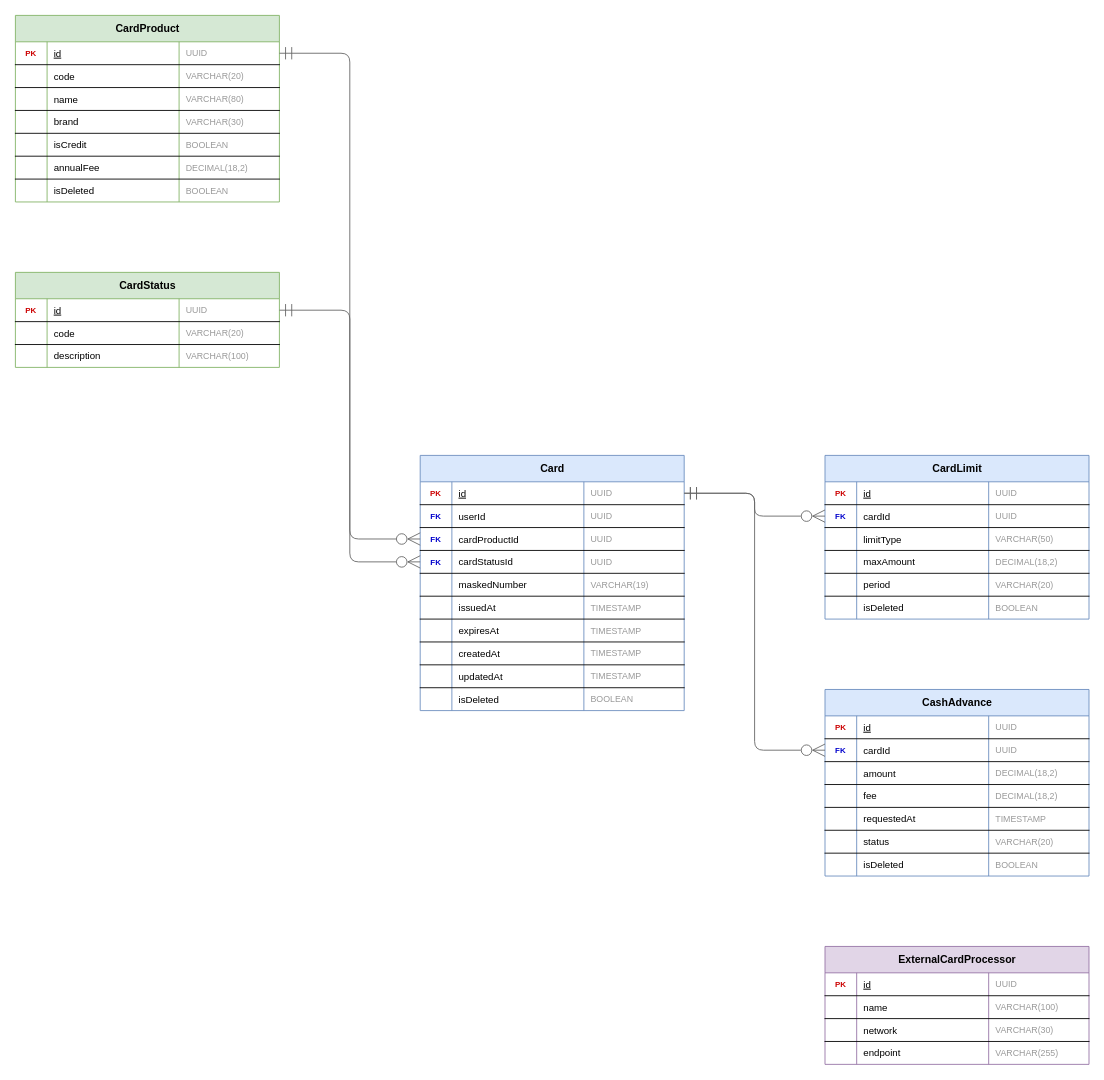
The draw.io diagram docs/diagrams/er/tarjetas_er.drawio in javer-ia-nos/documentacion, before the edit. Source tidied: cells renumbered, new cells numbered last; positions are measured from the earlier drawing's top-left corner, leaving out a move shared by most shapes. Both pictures are drawn from the tidied source at 88%, with x=0, y=0 at pixel (15, 15).
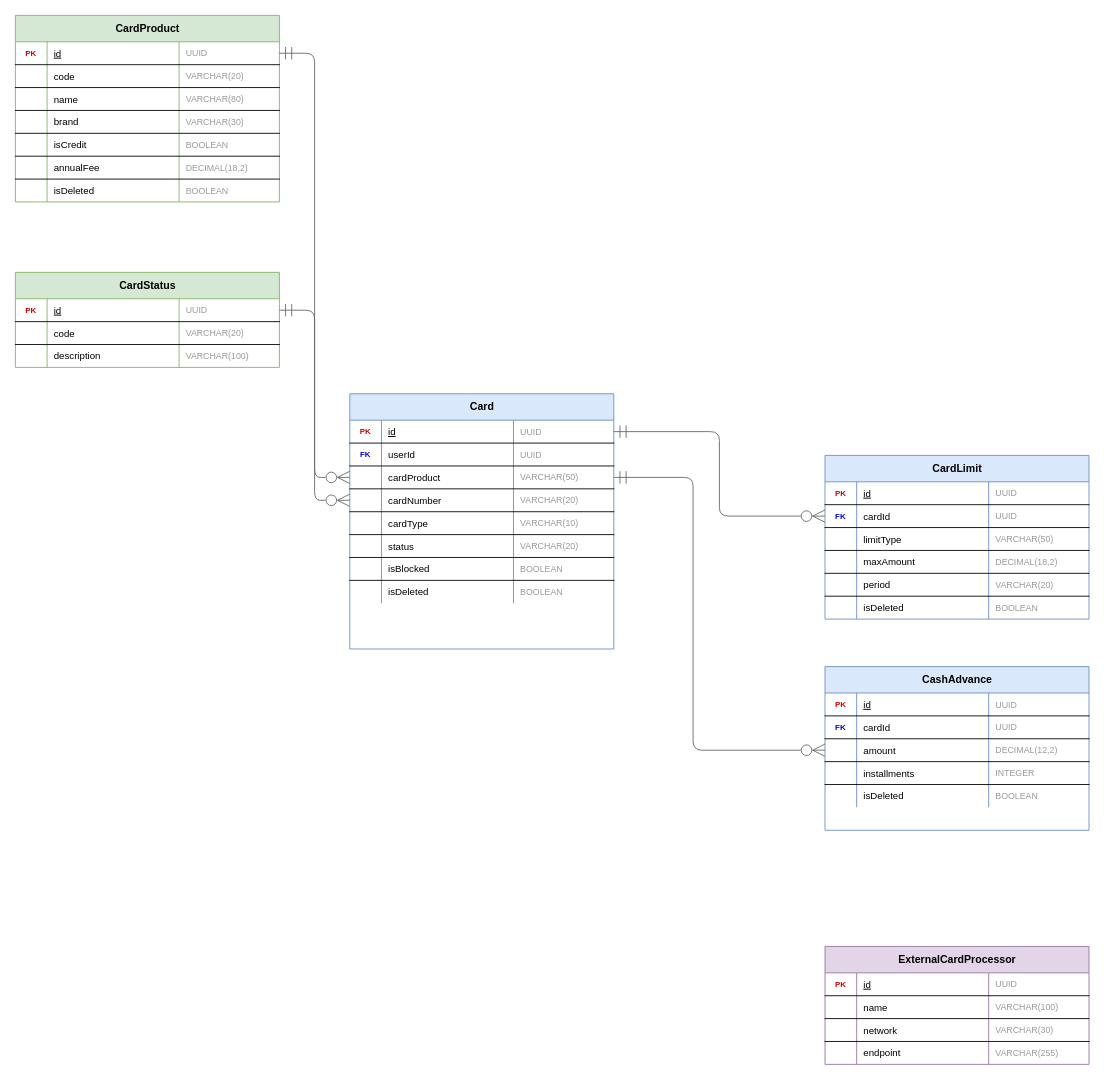
The same diagram, later.

Commit message (it also covers changes not shown here):
modificacion diagramas

The change refers to these unchanged cells:
```xml
<mxCell id="45" style="shape=partialRectangle;fillColor=none;points=[[0,0.5],[1,0.5]];portConstraint=eastwest;top=0;left=0;right=0;bottom=1;" parent="44" vertex="1">
  <mxGeometry y="30" width="300" height="26" as="geometry" />
</mxCell>
<mxCell id="53" style="shape=partialRectangle;fillColor=none;points=[[0,0.5],[1,0.5]];portConstraint=eastwest;top=0;left=0;right=0;bottom=1;" parent="44" vertex="1">
  <mxGeometry y="82" width="300" height="26" as="geometry" />
</mxCell>
<mxCell id="57" style="shape=partialRectangle;fillColor=none;points=[[0,0.5],[1,0.5]];portConstraint=eastwest;top=0;left=0;right=0;bottom=1;" parent="44" vertex="1">
  <mxGeometry y="108" width="300" height="26" as="geometry" />
</mxCell>
<mxCell id="61" style="shape=partialRectangle;fillColor=none;top=0;left=0;right=0;bottom=1;" parent="44" vertex="1">
  <mxGeometry y="134" width="300" height="26" as="geometry" />
</mxCell>
<mxCell id="65" style="shape=partialRectangle;fillColor=none;top=0;left=0;right=0;bottom=1;" parent="44" vertex="1">
  <mxGeometry y="160" width="300" height="26" as="geometry" />
</mxCell>
<mxCell id="69" style="shape=partialRectangle;fillColor=none;top=0;left=0;right=0;bottom=1;" parent="44" vertex="1">
  <mxGeometry y="186" width="300" height="26" as="geometry" />
</mxCell>
<mxCell id="111" style="shape=partialRectangle;fillColor=none;top=0;left=0;right=0;bottom=1;" parent="110" vertex="1">
  <mxGeometry y="30" width="300" height="26" as="geometry" />
</mxCell>
<mxCell id="115" style="shape=partialRectangle;fillColor=none;points=[[0,0.5],[1,0.5]];portConstraint=eastwest;top=0;left=0;right=0;bottom=1;" parent="110" vertex="1">
  <mxGeometry y="56" width="300" height="26" as="geometry" />
</mxCell>
<mxCell id="119" style="shape=partialRectangle;fillColor=none;points=[[0,0.5],[1,0.5]];portConstraint=eastwest;top=0;left=0;right=0;bottom=1;" parent="110" vertex="1">
  <mxGeometry y="82" width="300" height="26" as="geometry" />
</mxCell>
<mxCell id="123" style="shape=partialRectangle;fillColor=none;top=0;left=0;right=0;bottom=1;" parent="110" vertex="1">
  <mxGeometry y="108" width="300" height="26" as="geometry" />
</mxCell>
```

Diff of the diagram source:
```diff
@@
     <mxCell id="44" value="Card" style="shape=table;startSize=30;childLayout=tableLayout;rowLines=0;fontStyle=1;align=center;fillColor=#dae8fc;strokeColor=#6c8ebf;fontSize=12;html=1;" parent="1" vertex="1">
-      <mxGeometry x="460" y="500" width="300" height="290" as="geometry" />
+      <mxGeometry x="380" y="430" width="300" height="290" as="geometry" />
     </mxCell>
@@
-    <mxCell id="54" value="FK" style="shape=partialRectangle;overflow=hidden;fillColor=none;top=0;left=0;bottom=0;right=0;fontStyle=1;fontColor=#0000CC;fontSize=9;align=center;" parent="53" vertex="1">
+    <mxCell id="54" style="shape=partialRectangle;overflow=hidden;fillColor=none;top=0;left=0;bottom=0;right=0;fontColor=#333;fontSize=9;align=center;" parent="53" vertex="1">
       <mxGeometry width="36" height="26" as="geometry" />
     </mxCell>
-    <mxCell id="55" value="cardProductId" style="shape=partialRectangle;overflow=hidden;fillColor=none;top=0;left=0;bottom=0;right=0;align=left;spacingLeft=6;fontSize=11;" parent="53" vertex="1">
+    <mxCell id="55" value="cardProduct" style="shape=partialRectangle;overflow=hidden;fillColor=none;top=0;left=0;bottom=0;right=0;align=left;spacingLeft=6;fontSize=11;" parent="53" vertex="1">
       <mxGeometry x="36" width="150" height="26" as="geometry" />
     </mxCell>
-    <mxCell id="56" value="UUID" style="shape=partialRectangle;overflow=hidden;fillColor=none;top=0;left=0;bottom=0;right=0;align=left;spacingLeft=6;fontColor=#999999;fontSize=10;" parent="53" vertex="1">
+    <mxCell id="56" value="VARCHAR(50)" style="shape=partialRectangle;overflow=hidden;fillColor=none;top=0;left=0;bottom=0;right=0;align=left;spacingLeft=6;fontColor=#999999;fontSize=10;" parent="53" vertex="1">
       <mxGeometry x="186" width="114" height="26" as="geometry" />
     </mxCell>
@@
-    <mxCell id="58" value="FK" style="shape=partialRectangle;overflow=hidden;fillColor=none;top=0;left=0;bottom=0;right=0;fontStyle=1;fontColor=#0000CC;fontSize=9;align=center;" parent="57" vertex="1">
+    <mxCell id="58" style="shape=partialRectangle;overflow=hidden;fillColor=none;top=0;left=0;bottom=0;right=0;fontColor=#333;fontSize=9;align=center;" parent="57" vertex="1">
       <mxGeometry width="36" height="26" as="geometry" />
     </mxCell>
-    <mxCell id="59" value="cardStatusId" style="shape=partialRectangle;overflow=hidden;fillColor=none;top=0;left=0;bottom=0;right=0;align=left;spacingLeft=6;fontSize=11;" parent="57" vertex="1">
+    <mxCell id="59" value="cardNumber" style="shape=partialRectangle;overflow=hidden;fillColor=none;top=0;left=0;bottom=0;right=0;align=left;spacingLeft=6;fontSize=11;" parent="57" vertex="1">
       <mxGeometry x="36" width="150" height="26" as="geometry" />
     </mxCell>
-    <mxCell id="60" value="UUID" style="shape=partialRectangle;overflow=hidden;fillColor=none;top=0;left=0;bottom=0;right=0;align=left;spacingLeft=6;fontColor=#999999;fontSize=10;" parent="57" vertex="1">
+    <mxCell id="60" value="VARCHAR(20)" style="shape=partialRectangle;overflow=hidden;fillColor=none;top=0;left=0;bottom=0;right=0;align=left;spacingLeft=6;fontColor=#999999;fontSize=10;" parent="57" vertex="1">
       <mxGeometry x="186" width="114" height="26" as="geometry" />
     </mxCell>
@@
-    <mxCell id="63" value="maskedNumber" style="shape=partialRectangle;overflow=hidden;fillColor=none;top=0;left=0;bottom=0;right=0;align=left;spacingLeft=6;fontSize=11;" parent="61" vertex="1">
+    <mxCell id="63" value="cardType" style="shape=partialRectangle;overflow=hidden;fillColor=none;top=0;left=0;bottom=0;right=0;align=left;spacingLeft=6;fontSize=11;" parent="61" vertex="1">
       <mxGeometry x="36" width="150" height="26" as="geometry" />
     </mxCell>
-    <mxCell id="64" value="VARCHAR(19)" style="shape=partialRectangle;overflow=hidden;fillColor=none;top=0;left=0;bottom=0;right=0;align=left;spacingLeft=6;fontColor=#999999;fontSize=10;" parent="61" vertex="1">
+    <mxCell id="64" value="VARCHAR(10)" style="shape=partialRectangle;overflow=hidden;fillColor=none;top=0;left=0;bottom=0;right=0;align=left;spacingLeft=6;fontColor=#999999;fontSize=10;" parent="61" vertex="1">
       <mxGeometry x="186" width="114" height="26" as="geometry" />
     </mxCell>
@@
-    <mxCell id="67" value="issuedAt" style="shape=partialRectangle;overflow=hidden;fillColor=none;top=0;left=0;bottom=0;right=0;align=left;spacingLeft=6;fontSize=11;" parent="65" vertex="1">
+    <mxCell id="67" value="status" style="shape=partialRectangle;overflow=hidden;fillColor=none;top=0;left=0;bottom=0;right=0;align=left;spacingLeft=6;fontSize=11;" parent="65" vertex="1">
       <mxGeometry x="36" width="150" height="26" as="geometry" />
     </mxCell>
-    <mxCell id="68" value="TIMESTAMP" style="shape=partialRectangle;overflow=hidden;fillColor=none;top=0;left=0;bottom=0;right=0;align=left;spacingLeft=6;fontColor=#999999;fontSize=10;" parent="65" vertex="1">
+    <mxCell id="68" value="VARCHAR(20)" style="shape=partialRectangle;overflow=hidden;fillColor=none;top=0;left=0;bottom=0;right=0;align=left;spacingLeft=6;fontColor=#999999;fontSize=10;" parent="65" vertex="1">
       <mxGeometry x="186" width="114" height="26" as="geometry" />
     </mxCell>
@@
-    <mxCell id="71" value="expiresAt" style="shape=partialRectangle;overflow=hidden;fillColor=none;top=0;left=0;bottom=0;right=0;align=left;spacingLeft=6;fontSize=11;" parent="69" vertex="1">
+    <mxCell id="71" value="isBlocked" style="shape=partialRectangle;overflow=hidden;fillColor=none;top=0;left=0;bottom=0;right=0;align=left;spacingLeft=6;fontSize=11;" parent="69" vertex="1">
       <mxGeometry x="36" width="150" height="26" as="geometry" />
     </mxCell>
-    <mxCell id="72" value="TIMESTAMP" style="shape=partialRectangle;overflow=hidden;fillColor=none;top=0;left=0;bottom=0;right=0;align=left;spacingLeft=6;fontColor=#999999;fontSize=10;" parent="69" vertex="1">
+    <mxCell id="72" value="BOOLEAN" style="shape=partialRectangle;overflow=hidden;fillColor=none;top=0;left=0;bottom=0;right=0;align=left;spacingLeft=6;fontColor=#999999;fontSize=10;" parent="69" vertex="1">
       <mxGeometry x="186" width="114" height="26" as="geometry" />
     </mxCell>
-    <mxCell id="73" style="shape=partialRectangle;fillColor=none;top=0;left=0;right=0;bottom=1;" parent="44" vertex="1">
+    <mxCell id="73" style="shape=partialRectangle;fillColor=none;top=0;left=0;right=0;bottom=0;" parent="44" vertex="1">
       <mxGeometry y="212" width="300" height="26" as="geometry" />
     </mxCell>
@@
-    <mxCell id="75" value="createdAt" style="shape=partialRectangle;overflow=hidden;fillColor=none;top=0;left=0;bottom=0;right=0;align=left;spacingLeft=6;fontSize=11;" parent="73" vertex="1">
+    <mxCell id="75" value="isDeleted" style="shape=partialRectangle;overflow=hidden;fillColor=none;top=0;left=0;bottom=0;right=0;align=left;spacingLeft=6;fontSize=11;" parent="73" vertex="1">
       <mxGeometry x="36" width="150" height="26" as="geometry" />
     </mxCell>
-    <mxCell id="76" value="TIMESTAMP" style="shape=partialRectangle;overflow=hidden;fillColor=none;top=0;left=0;bottom=0;right=0;align=left;spacingLeft=6;fontColor=#999999;fontSize=10;" parent="73" vertex="1">
+    <mxCell id="76" value="BOOLEAN" style="shape=partialRectangle;overflow=hidden;fillColor=none;top=0;left=0;bottom=0;right=0;align=left;spacingLeft=6;fontColor=#999999;fontSize=10;" parent="73" vertex="1">
       <mxGeometry x="186" width="114" height="26" as="geometry" />
     </mxCell>
-    <mxCell id="77" style="shape=partialRectangle;fillColor=none;top=0;left=0;right=0;bottom=1;" parent="44" vertex="1">
-      <mxGeometry y="238" width="300" height="26" as="geometry" />
-    </mxCell>
-    <mxCell id="78" style="shape=partialRectangle;overflow=hidden;fillColor=none;top=0;left=0;bottom=0;right=0;fontColor=#333;fontSize=9;align=center;" parent="77" vertex="1">
-      <mxGeometry width="36" height="26" as="geometry" />
-    </mxCell>
-    <mxCell id="79" value="updatedAt" style="shape=partialRectangle;overflow=hidden;fillColor=none;top=0;left=0;bottom=0;right=0;align=left;spacingLeft=6;fontSize=11;" parent="77" vertex="1">
-      <mxGeometry x="36" width="150" height="26" as="geometry" />
-    </mxCell>
-    <mxCell id="80" value="TIMESTAMP" style="shape=partialRectangle;overflow=hidden;fillColor=none;top=0;left=0;bottom=0;right=0;align=left;spacingLeft=6;fontColor=#999999;fontSize=10;" parent="77" vertex="1">
-      <mxGeometry x="186" width="114" height="26" as="geometry" />
-    </mxCell>
-    <mxCell id="81" style="shape=partialRectangle;fillColor=none;top=0;left=0;right=0;bottom=0;" parent="44" vertex="1">
-      <mxGeometry y="264" width="300" height="26" as="geometry" />
-    </mxCell>
-    <mxCell id="82" style="shape=partialRectangle;overflow=hidden;fillColor=none;top=0;left=0;bottom=0;right=0;fontColor=#333;fontSize=9;align=center;" parent="81" vertex="1">
-      <mxGeometry width="36" height="26" as="geometry" />
-    </mxCell>
-    <mxCell id="83" value="isDeleted" style="shape=partialRectangle;overflow=hidden;fillColor=none;top=0;left=0;bottom=0;right=0;align=left;spacingLeft=6;fontSize=11;" parent="81" vertex="1">
-      <mxGeometry x="36" width="150" height="26" as="geometry" />
-    </mxCell>
-    <mxCell id="84" value="BOOLEAN" style="shape=partialRectangle;overflow=hidden;fillColor=none;top=0;left=0;bottom=0;right=0;align=left;spacingLeft=6;fontColor=#999999;fontSize=10;" parent="81" vertex="1">
-      <mxGeometry x="186" width="114" height="26" as="geometry" />
-    </mxCell>
@@
     <mxCell id="110" value="CashAdvance" style="shape=table;startSize=30;childLayout=tableLayout;rowLines=0;fontStyle=1;align=center;fillColor=#dae8fc;strokeColor=#6c8ebf;fontSize=12;html=1;" parent="1" vertex="1">
-      <mxGeometry x="920" y="766" width="300" height="212" as="geometry" />
+      <mxGeometry x="920" y="740" width="300" height="186" as="geometry" />
     </mxCell>
@@
-    <mxCell id="114" value="UUID" style="shape=partialRectangle;overflow=hidden;fillColor=none;top=0;left=0;bottom=0;right=0;align=left;spacingLeft=6;fontColor=#999999;fontSize=10;" parent="111" vertex="1">
-      <mxGeometry x="186" width="114" height="26" as="geometry" />
-    </mxCell>
+    <mxCell id="160" value="UUID" style="shape=partialRectangle;overflow=hidden;fillColor=none;top=0;left=0;bottom=0;right=0;align=left;spacingLeft=6;fontColor=#999999;fontSize=10;" parent="111" vertex="1">
+      <mxGeometry x="186" width="114" height="26" as="geometry" />
+    </mxCell>
@@
-    <mxCell id="118" value="UUID" style="shape=partialRectangle;overflow=hidden;fillColor=none;top=0;left=0;bottom=0;right=0;align=left;spacingLeft=6;fontColor=#999999;fontSize=10;" parent="115" vertex="1">
-      <mxGeometry x="186" width="114" height="26" as="geometry" />
-    </mxCell>
+    <mxCell id="161" value="UUID" style="shape=partialRectangle;overflow=hidden;fillColor=none;top=0;left=0;bottom=0;right=0;align=left;spacingLeft=6;fontColor=#999999;fontSize=10;" parent="115" vertex="1">
+      <mxGeometry x="186" width="114" height="26" as="geometry" />
+    </mxCell>
@@
-    <mxCell id="120" style="shape=partialRectangle;overflow=hidden;fillColor=none;top=0;left=0;bottom=0;right=0;fontColor=#333;fontSize=9;align=center;" parent="119" vertex="1">
-      <mxGeometry width="36" height="26" as="geometry" />
-    </mxCell>
+    <mxCell id="162" style="shape=partialRectangle;overflow=hidden;fillColor=none;top=0;left=0;bottom=0;right=0;fontColor=#333;fontSize=9;align=center;" parent="119" vertex="1">
+      <mxGeometry width="36" height="26" as="geometry" />
+    </mxCell>
@@
-    <mxCell id="122" value="DECIMAL(18,2)" style="shape=partialRectangle;overflow=hidden;fillColor=none;top=0;left=0;bottom=0;right=0;align=left;spacingLeft=6;fontColor=#999999;fontSize=10;" parent="119" vertex="1">
-      <mxGeometry x="186" width="114" height="26" as="geometry" />
-    </mxCell>
+    <mxCell id="163" value="DECIMAL(12,2)" style="shape=partialRectangle;overflow=hidden;fillColor=none;top=0;left=0;bottom=0;right=0;align=left;spacingLeft=6;fontColor=#999999;fontSize=10;" parent="119" vertex="1">
+      <mxGeometry x="186" width="114" height="26" as="geometry" />
+    </mxCell>
@@
-    <mxCell id="124" style="shape=partialRectangle;overflow=hidden;fillColor=none;top=0;left=0;bottom=0;right=0;fontColor=#333;fontSize=9;align=center;" parent="123" vertex="1">
-      <mxGeometry width="36" height="26" as="geometry" />
-    </mxCell>
-    <mxCell id="125" value="fee" style="shape=partialRectangle;overflow=hidden;fillColor=none;top=0;left=0;bottom=0;right=0;align=left;spacingLeft=6;fontSize=11;" parent="123" vertex="1">
-      <mxGeometry x="36" width="150" height="26" as="geometry" />
-    </mxCell>
-    <mxCell id="126" value="DECIMAL(18,2)" style="shape=partialRectangle;overflow=hidden;fillColor=none;top=0;left=0;bottom=0;right=0;align=left;spacingLeft=6;fontColor=#999999;fontSize=10;" parent="123" vertex="1">
-      <mxGeometry x="186" width="114" height="26" as="geometry" />
-    </mxCell>
-    <mxCell id="127" style="shape=partialRectangle;fillColor=none;top=0;left=0;right=0;bottom=1;" parent="110" vertex="1">
-      <mxGeometry y="134" width="300" height="26" as="geometry" />
-    </mxCell>
-    <mxCell id="128" style="shape=partialRectangle;overflow=hidden;fillColor=none;top=0;left=0;bottom=0;right=0;fontColor=#333;fontSize=9;align=center;" parent="127" vertex="1">
-      <mxGeometry width="36" height="26" as="geometry" />
-    </mxCell>
-    <mxCell id="129" value="requestedAt" style="shape=partialRectangle;overflow=hidden;fillColor=none;top=0;left=0;bottom=0;right=0;align=left;spacingLeft=6;fontSize=11;" parent="127" vertex="1">
-      <mxGeometry x="36" width="150" height="26" as="geometry" />
-    </mxCell>
-    <mxCell id="130" value="TIMESTAMP" style="shape=partialRectangle;overflow=hidden;fillColor=none;top=0;left=0;bottom=0;right=0;align=left;spacingLeft=6;fontColor=#999999;fontSize=10;" parent="127" vertex="1">
-      <mxGeometry x="186" width="114" height="26" as="geometry" />
-    </mxCell>
-    <mxCell id="131" style="shape=partialRectangle;fillColor=none;top=0;left=0;right=0;bottom=1;" parent="110" vertex="1">
-      <mxGeometry y="160" width="300" height="26" as="geometry" />
-    </mxCell>
-    <mxCell id="132" style="shape=partialRectangle;overflow=hidden;fillColor=none;top=0;left=0;bottom=0;right=0;fontColor=#333;fontSize=9;align=center;" parent="131" vertex="1">
-      <mxGeometry width="36" height="26" as="geometry" />
-    </mxCell>
-    <mxCell id="133" value="status" style="shape=partialRectangle;overflow=hidden;fillColor=none;top=0;left=0;bottom=0;right=0;align=left;spacingLeft=6;fontSize=11;" parent="131" vertex="1">
-      <mxGeometry x="36" width="150" height="26" as="geometry" />
-    </mxCell>
-    <mxCell id="134" value="VARCHAR(20)" style="shape=partialRectangle;overflow=hidden;fillColor=none;top=0;left=0;bottom=0;right=0;align=left;spacingLeft=6;fontColor=#999999;fontSize=10;" parent="131" vertex="1">
-      <mxGeometry x="186" width="114" height="26" as="geometry" />
-    </mxCell>
-    <mxCell id="135" style="shape=partialRectangle;fillColor=none;top=0;left=0;right=0;bottom=0;" parent="110" vertex="1">
-      <mxGeometry y="186" width="300" height="26" as="geometry" />
-    </mxCell>
-    <mxCell id="136" style="shape=partialRectangle;overflow=hidden;fillColor=none;top=0;left=0;bottom=0;right=0;fontColor=#333;fontSize=9;align=center;" parent="135" vertex="1">
-      <mxGeometry width="36" height="26" as="geometry" />
-    </mxCell>
-    <mxCell id="137" value="isDeleted" style="shape=partialRectangle;overflow=hidden;fillColor=none;top=0;left=0;bottom=0;right=0;align=left;spacingLeft=6;fontSize=11;" parent="135" vertex="1">
-      <mxGeometry x="36" width="150" height="26" as="geometry" />
-    </mxCell>
-    <mxCell id="138" value="BOOLEAN" style="shape=partialRectangle;overflow=hidden;fillColor=none;top=0;left=0;bottom=0;right=0;align=left;spacingLeft=6;fontColor=#999999;fontSize=10;" parent="135" vertex="1">
-      <mxGeometry x="186" width="114" height="26" as="geometry" />
-    </mxCell>
+    <mxCell id="164" style="shape=partialRectangle;overflow=hidden;fillColor=none;top=0;left=0;bottom=0;right=0;fontColor=#333;fontSize=9;align=center;" parent="123" vertex="1">
+      <mxGeometry width="36" height="26" as="geometry" />
+    </mxCell>
+    <mxCell id="165" value="installments" style="shape=partialRectangle;overflow=hidden;fillColor=none;top=0;left=0;bottom=0;right=0;align=left;spacingLeft=6;fontSize=11;" parent="123" vertex="1">
+      <mxGeometry x="36" width="150" height="26" as="geometry" />
+    </mxCell>
+    <mxCell id="166" value="INTEGER" style="shape=partialRectangle;overflow=hidden;fillColor=none;top=0;left=0;bottom=0;right=0;align=left;spacingLeft=6;fontColor=#999999;fontSize=10;" parent="123" vertex="1">
+      <mxGeometry x="186" width="114" height="26" as="geometry" />
+    </mxCell>
+    <mxCell id="167" style="shape=partialRectangle;fillColor=none;top=0;left=0;right=0;bottom=0;" parent="110" vertex="1">
+      <mxGeometry y="134" width="300" height="26" as="geometry" />
+    </mxCell>
+    <mxCell id="168" style="shape=partialRectangle;overflow=hidden;fillColor=none;top=0;left=0;bottom=0;right=0;fontColor=#333;fontSize=9;align=center;" parent="167" vertex="1">
+      <mxGeometry width="36" height="26" as="geometry" />
+    </mxCell>
+    <mxCell id="169" value="isDeleted" style="shape=partialRectangle;overflow=hidden;fillColor=none;top=0;left=0;bottom=0;right=0;align=left;spacingLeft=6;fontSize=11;" parent="167" vertex="1">
+      <mxGeometry x="36" width="150" height="26" as="geometry" />
+    </mxCell>
+    <mxCell id="170" value="BOOLEAN" style="shape=partialRectangle;overflow=hidden;fillColor=none;top=0;left=0;bottom=0;right=0;align=left;spacingLeft=6;fontColor=#999999;fontSize=10;" parent="167" vertex="1">
+      <mxGeometry x="186" width="114" height="26" as="geometry" />
+    </mxCell>
@@
-    <mxCell id="159" style="edgeStyle=orthogonalEdgeStyle;rounded=1;jettySize=auto;html=1;exitX=1;exitY=0.5;exitDx=0;exitDy=0;entryX=0;entryY=0.5;entryDx=0;entryDy=0;strokeColor=#666666;startArrow=ERmandOne;startFill=0;endArrow=ERzeroToMany;endFill=0;startSize=12;endSize=12;" parent="1" edge="1" source="45" target="115">
+    <mxCell id="159" style="edgeStyle=orthogonalEdgeStyle;rounded=1;jettySize=auto;html=1;exitX=1;exitY=0.5;exitDx=0;exitDy=0;entryX=0;entryY=0.5;entryDx=0;entryDy=0;strokeColor=#666666;startArrow=ERmandOne;startFill=0;endArrow=ERzeroToMany;endFill=0;startSize=12;endSize=12;" parent="1" edge="1" source="45">
       <mxGeometry relative="1" as="geometry" />
     </mxCell>
+    <mxCell id="171" style="edgeStyle=orthogonalEdgeStyle;rounded=1;jettySize=auto;html=1;strokeColor=#666666;startArrow=ERmandOne;startFill=0;endArrow=ERzeroToMany;endFill=0;startSize=12;endSize=12;exitX=1;exitY=0.5;exitDx=0;exitDy=0;" parent="1" edge="1" source="53" target="119">
+      <mxGeometry relative="1" as="geometry">
+        <Array as="points">
+          <mxPoint x="770.1" y="525" />
+          <mxPoint x="770.1" y="835" />
+        </Array>
+      </mxGeometry>
+    </mxCell>
```
